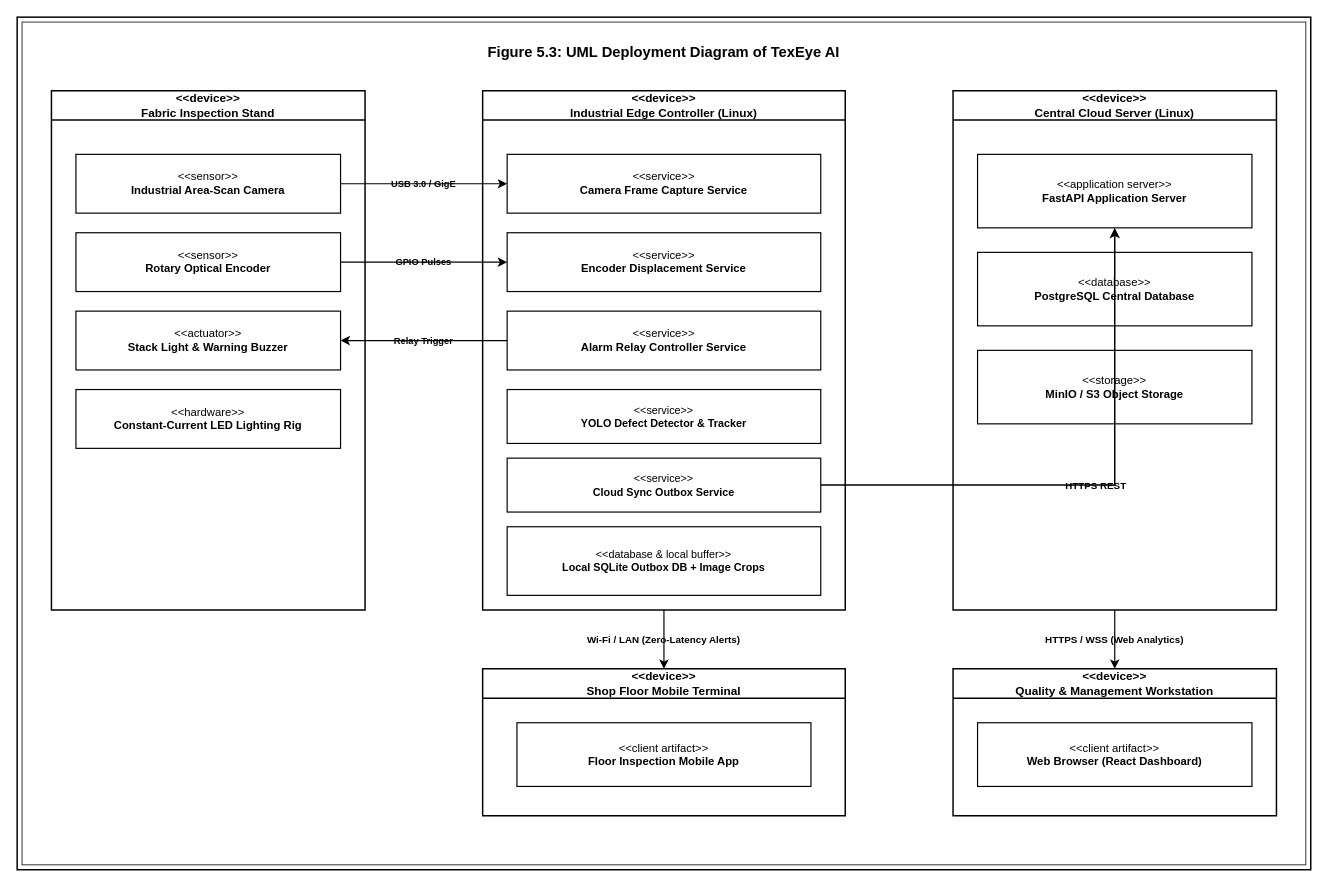
Earlier version of the draw.io diagram diagrams/drawio/11_deployment_diagram.drawio (TheBilalButt/TexEye-AI-FYP). Source tidied: cells renumbered, new cells numbered last; positions are measured from the earlier drawing's top-left corner, leaving out a move shared by most shapes. Both pictures are drawn from the tidied source at 98%, with x=0, y=0 at pixel (17, 17).
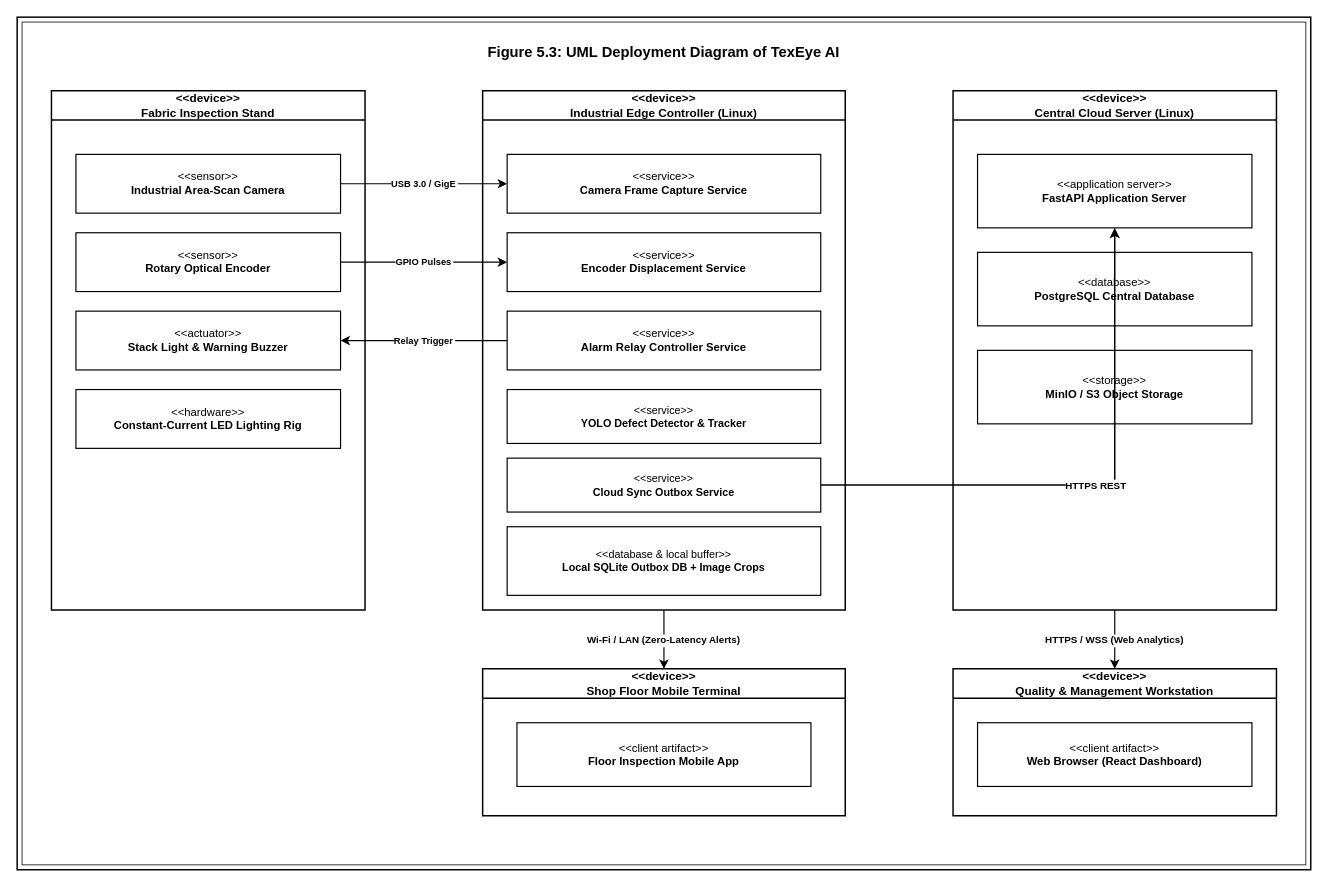
The same page after the edit.

Unchanged cells that the change refers to:
```xml
<mxCell id="6" value="&amp;lt;&amp;lt;sensor&amp;gt;&amp;gt;&lt;br&gt;&lt;b&gt;Industrial Area-Scan Camera&lt;/b&gt;" style="rounded=0;whiteSpace=wrap;html=1;fillColor=#ffffff;strokeColor=#000000;strokeWidth=1.2;fontSize=11.5;fontColor=#000000;" parent="5" vertex="1">
  <mxGeometry x="25" y="65" width="270" height="60" as="geometry" />
</mxCell>
<mxCell id="7" value="&amp;lt;&amp;lt;sensor&amp;gt;&amp;gt;&lt;br&gt;&lt;b&gt;Rotary Optical Encoder&lt;/b&gt;" style="rounded=0;whiteSpace=wrap;html=1;fillColor=#ffffff;strokeColor=#000000;strokeWidth=1.2;fontSize=11.5;fontColor=#000000;" parent="5" vertex="1">
  <mxGeometry x="25" y="145" width="270" height="60" as="geometry" />
</mxCell>
<mxCell id="8" value="&amp;lt;&amp;lt;actuator&amp;gt;&amp;gt;&lt;br&gt;&lt;b&gt;Stack Light &amp;amp; Warning Buzzer&lt;/b&gt;" style="rounded=0;whiteSpace=wrap;html=1;fillColor=#ffffff;strokeColor=#000000;strokeWidth=1.2;fontSize=11.5;fontColor=#000000;" parent="5" vertex="1">
  <mxGeometry x="25" y="225" width="270" height="60" as="geometry" />
</mxCell>
<mxCell id="10" value="&lt;b&gt;&amp;lt;&amp;lt;device&amp;gt;&amp;gt;&lt;br&gt;Industrial Edge Controller (Linux)&lt;/b&gt;" style="swimlane;whiteSpace=wrap;html=1;fillColor=#ffffff;strokeColor=#000000;strokeWidth=1.5;fontSize=12;fontColor=#000000;startSize=30;" parent="1" vertex="1">
  <mxGeometry x="475" y="75" width="370" height="530" as="geometry" />
</mxCell>
<mxCell id="11" value="&amp;lt;&amp;lt;service&amp;gt;&amp;gt;&lt;br&gt;&lt;b&gt;Camera Frame Capture Service&lt;/b&gt;" style="rounded=0;whiteSpace=wrap;html=1;fillColor=#ffffff;strokeColor=#000000;strokeWidth=1.2;fontSize=11.5;fontColor=#000000;" parent="10" vertex="1">
  <mxGeometry x="25" y="65" width="320" height="60" as="geometry" />
</mxCell>
<mxCell id="12" value="&amp;lt;&amp;lt;service&amp;gt;&amp;gt;&lt;br&gt;&lt;b&gt;Encoder Displacement Service&lt;/b&gt;" style="rounded=0;whiteSpace=wrap;html=1;fillColor=#ffffff;strokeColor=#000000;strokeWidth=1.2;fontSize=11.5;fontColor=#000000;" parent="10" vertex="1">
  <mxGeometry x="25" y="145" width="320" height="60" as="geometry" />
</mxCell>
<mxCell id="13" value="&amp;lt;&amp;lt;service&amp;gt;&amp;gt;&lt;br&gt;&lt;b&gt;Alarm Relay Controller Service&lt;/b&gt;" style="rounded=0;whiteSpace=wrap;html=1;fillColor=#ffffff;strokeColor=#000000;strokeWidth=1.2;fontSize=11.5;fontColor=#000000;" parent="10" vertex="1">
  <mxGeometry x="25" y="225" width="320" height="60" as="geometry" />
</mxCell>
<mxCell id="15" value="&amp;lt;&amp;lt;service&amp;gt;&amp;gt;&lt;br&gt;&lt;b&gt;Cloud Sync Outbox Service&lt;/b&gt;" style="rounded=0;whiteSpace=wrap;html=1;fillColor=#ffffff;strokeColor=#000000;strokeWidth=1.2;fontSize=11;fontColor=#000000;" parent="10" vertex="1">
  <mxGeometry x="25" y="375" width="320" height="55" as="geometry" />
</mxCell>
<mxCell id="17" value="&lt;b&gt;&amp;lt;&amp;lt;device&amp;gt;&amp;gt;&lt;br&gt;Central Cloud Server (Linux)&lt;/b&gt;" style="swimlane;whiteSpace=wrap;html=1;fillColor=#ffffff;strokeColor=#000000;strokeWidth=1.5;fontSize=12;fontColor=#000000;startSize=30;" parent="1" vertex="1">
  <mxGeometry x="955" y="75" width="330" height="530" as="geometry" />
</mxCell>
<mxCell id="18" value="&amp;lt;&amp;lt;application server&amp;gt;&amp;gt;&lt;br&gt;&lt;b&gt;FastAPI Application Server&lt;/b&gt;" style="rounded=0;whiteSpace=wrap;html=1;fillColor=#ffffff;strokeColor=#000000;strokeWidth=1.2;fontSize=11.5;fontColor=#000000;" parent="17" vertex="1">
  <mxGeometry x="25" y="65" width="280" height="75" as="geometry" />
</mxCell>
<mxCell id="21" value="&lt;b&gt;&amp;lt;&amp;lt;device&amp;gt;&amp;gt;&lt;br&gt;Shop Floor Mobile Terminal&lt;/b&gt;" style="swimlane;whiteSpace=wrap;html=1;fillColor=#ffffff;strokeColor=#000000;strokeWidth=1.5;fontSize=12;fontColor=#000000;startSize=30;" parent="1" vertex="1">
  <mxGeometry x="475" y="665" width="370" height="150" as="geometry" />
</mxCell>
<mxCell id="23" value="&lt;b&gt;&amp;lt;&amp;lt;device&amp;gt;&amp;gt;&lt;br&gt;Quality &amp;amp; Management Workstation&lt;/b&gt;" style="swimlane;whiteSpace=wrap;html=1;fillColor=#ffffff;strokeColor=#000000;strokeWidth=1.5;fontSize=12;fontColor=#000000;startSize=30;" parent="1" vertex="1">
  <mxGeometry x="955" y="665" width="330" height="150" as="geometry" />
</mxCell>
```

The edit, as a diff of the source:
```diff
@@
-    <mxCell id="25" value="USB 3.0 / GigE" style="edgeStyle=orthogonalEdgeStyle;rounded=0;strokeColor=#000000;strokeWidth=1.2;fontSize=9.5;fontStyle=1;fontColor=#000000;labelBackgroundColor=none;" parent="1" edge="1" source="6" target="11">
+    <mxCell id="25" value="USB 3.0 / GigE" style="edgeStyle=orthogonalEdgeStyle;rounded=0;strokeColor=#000000;strokeWidth=1.2;fontSize=9.5;fontStyle=1;fontColor=#000000;labelBackgroundColor=#ffffff;" parent="1" edge="1" source="6" target="11">
       <mxGeometry relative="1" as="geometry" />
     </mxCell>
-    <mxCell id="26" value="GPIO Pulses" style="edgeStyle=orthogonalEdgeStyle;rounded=0;strokeColor=#000000;strokeWidth=1.2;fontSize=9.5;fontStyle=1;fontColor=#000000;labelBackgroundColor=none;" parent="1" edge="1" source="7" target="12">
+    <mxCell id="26" value="GPIO Pulses" style="edgeStyle=orthogonalEdgeStyle;rounded=0;strokeColor=#000000;strokeWidth=1.2;fontSize=9.5;fontStyle=1;fontColor=#000000;labelBackgroundColor=#ffffff;" parent="1" edge="1" source="7" target="12">
       <mxGeometry relative="1" as="geometry" />
     </mxCell>
-    <mxCell id="27" value="Relay Trigger" style="edgeStyle=orthogonalEdgeStyle;rounded=0;strokeColor=#000000;strokeWidth=1.2;fontSize=9.5;fontStyle=1;fontColor=#000000;labelBackgroundColor=none;" parent="1" edge="1" source="13" target="8">
+    <mxCell id="27" value="Relay Trigger" style="edgeStyle=orthogonalEdgeStyle;rounded=0;strokeColor=#000000;strokeWidth=1.2;fontSize=9.5;fontStyle=1;fontColor=#000000;labelBackgroundColor=#ffffff;" parent="1" edge="1" source="13" target="8">
       <mxGeometry relative="1" as="geometry" />
     </mxCell>
-    <mxCell id="28" value="HTTPS REST" style="edgeStyle=orthogonalEdgeStyle;rounded=0;strokeColor=#000000;strokeWidth=1.5;fontSize=10;fontStyle=1;fontColor=#000000;labelBackgroundColor=none;" parent="1" edge="1" source="15" target="18">
+    <mxCell id="28" value="HTTPS REST" style="edgeStyle=orthogonalEdgeStyle;rounded=0;strokeColor=#000000;strokeWidth=1.5;fontSize=10;fontStyle=1;fontColor=#000000;labelBackgroundColor=#ffffff;" parent="1" edge="1" source="15" target="18">
       <mxGeometry relative="1" as="geometry" />
     </mxCell>
-    <mxCell id="29" value="Wi-Fi / LAN (Zero-Latency Alerts)" style="edgeStyle=orthogonalEdgeStyle;rounded=0;strokeColor=#000000;strokeWidth=1.2;fontSize=10;fontStyle=1;fontColor=#000000;labelBackgroundColor=none;" parent="1" edge="1" source="10" target="21">
+    <mxCell id="29" value="Wi-Fi / LAN (Zero-Latency Alerts)" style="edgeStyle=orthogonalEdgeStyle;rounded=0;strokeColor=#000000;strokeWidth=1.2;fontSize=10;fontStyle=1;fontColor=#000000;labelBackgroundColor=#ffffff;" parent="1" edge="1" source="10" target="21">
       <mxGeometry relative="1" as="geometry" />
     </mxCell>
-    <mxCell id="30" value="HTTPS / WSS (Web Analytics)" style="edgeStyle=orthogonalEdgeStyle;rounded=0;strokeColor=#000000;strokeWidth=1.2;fontSize=10;fontStyle=1;fontColor=#000000;labelBackgroundColor=none;" parent="1" edge="1" source="17" target="23">
+    <mxCell id="30" value="HTTPS / WSS (Web Analytics)" style="edgeStyle=orthogonalEdgeStyle;rounded=0;strokeColor=#000000;strokeWidth=1.2;fontSize=10;fontStyle=1;fontColor=#000000;labelBackgroundColor=#ffffff;" parent="1" edge="1" source="17" target="23">
       <mxGeometry relative="1" as="geometry" />
     </mxCell>
```
